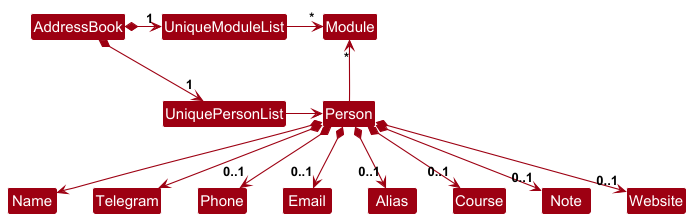
The PlantUML diagram docs/images/BetterModelClassDiagram.png in yjunyeu/tp, before a commit.
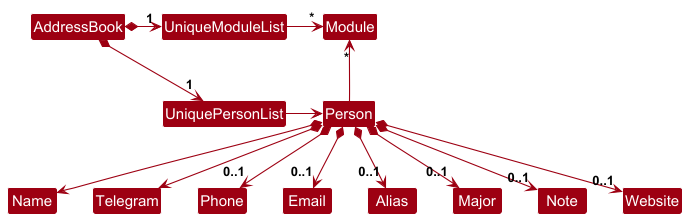
The same diagram one commit later.

Commit message:
Update class diagrams

Change to the diagram source:
```diff
@@ -19,7 +19,7 @@
 Person *--> "0..1" Phone
 Person *--> "0..1" Email
 Person *--> "0..1" Alias
-Person *--> "0..1" Course
+Person *--> "0..1" Major
 Person *--> "0..1" Note
 Person *--> "0..1" Website
 @enduml
```
